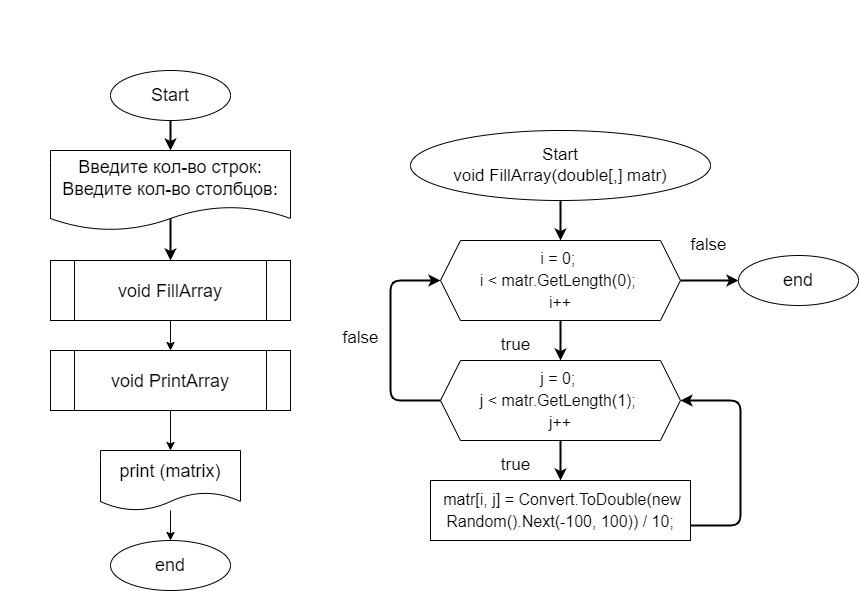
L-manakov/C-sharp keeps this draw.io diagram as Task_47/diagram.drawio.png. Above is the earlier version. Source tidied: cells renumbered, new cells last; positions are measured from the earlier drawing's top-left corner, leaving out a move shared by most shapes. Its diagram source:
```xml
<mxGraphModel>
  <root>
    <mxCell id="0" />
    <mxCell id="1" parent="0" />
    <mxCell id="2" style="edgeStyle=none;html=1;strokeWidth=2;fontFamily=Helvetica;fontSize=18;fontColor=#000000;" parent="1" edge="1" source="3">
      <mxGeometry relative="1" as="geometry">
        <mxPoint x="170" y="150" as="targetPoint" />
      </mxGeometry>
    </mxCell>
    <mxCell id="3" value="Start" style="ellipse;whiteSpace=wrap;html=1;labelBackgroundColor=#FFFFFF;fontSize=18;fontColor=#000000;labelBorderColor=none;" parent="1" vertex="1">
      <mxGeometry x="110" y="70" width="120" height="50" as="geometry" />
    </mxCell>
    <mxCell id="4" style="edgeStyle=none;html=1;fontSize=18;fontColor=#000000;labelBackgroundColor=#FFFFFF;labelBorderColor=none;" parent="1" edge="1" source="5" target="6">
      <mxGeometry relative="1" as="geometry" />
    </mxCell>
    <mxCell id="5" value="&lt;font style=&quot;font-size: 18px;&quot;&gt;print (&lt;span style=&quot;background-color: rgb(255, 255, 255);&quot;&gt;matrix&lt;/span&gt;)&lt;/font&gt;" style="shape=document;whiteSpace=wrap;html=1;boundedLbl=1;labelBackgroundColor=#FFFFFF;fontSize=18;fontColor=#000000;labelBorderColor=none;" parent="1" vertex="1">
      <mxGeometry x="100" y="450" width="140" height="60" as="geometry" />
    </mxCell>
    <mxCell id="6" value="end" style="ellipse;whiteSpace=wrap;html=1;labelBackgroundColor=#FFFFFF;fontSize=18;fontColor=#000000;labelBorderColor=none;" parent="1" vertex="1">
      <mxGeometry x="110" y="540" width="120" height="50" as="geometry" />
    </mxCell>
    <mxCell id="7" style="edgeStyle=none;html=1;fontFamily=Helvetica;fontSize=18;fontColor=#000000;" parent="1" edge="1" source="8" target="10">
      <mxGeometry relative="1" as="geometry" />
    </mxCell>
    <mxCell id="8" value="&lt;div style=&quot;font-size: 18px; line-height: 22px;&quot;&gt;&lt;div style=&quot;line-height: 22px;&quot;&gt;&lt;font style=&quot;background-color: rgb(255, 255, 255);&quot; color=&quot;#000000&quot;&gt;void FillArray&lt;/font&gt;&lt;/div&gt;&lt;/div&gt;" style="shape=process;whiteSpace=wrap;html=1;backgroundOutline=1;" parent="1" vertex="1">
      <mxGeometry x="50" y="260" width="240" height="60" as="geometry" />
    </mxCell>
    <mxCell id="9" style="edgeStyle=none;html=1;fontFamily=Helvetica;fontSize=18;fontColor=#000000;" parent="1" edge="1" source="10">
      <mxGeometry relative="1" as="geometry">
        <mxPoint x="170" y="450" as="targetPoint" />
      </mxGeometry>
    </mxCell>
    <mxCell id="10" value="&lt;div style=&quot;font-size: 18px; line-height: 22px;&quot;&gt;&lt;div style=&quot;line-height: 22px;&quot;&gt;&lt;div style=&quot;line-height: 22px;&quot;&gt;&lt;font style=&quot;background-color: rgb(255, 255, 255);&quot; color=&quot;#000000&quot;&gt;void PrintArray&lt;/font&gt;&lt;/div&gt;&lt;/div&gt;&lt;/div&gt;" style="shape=process;whiteSpace=wrap;html=1;backgroundOutline=1;" parent="1" vertex="1">
      <mxGeometry x="50" y="350" width="240" height="60" as="geometry" />
    </mxCell>
    <mxCell id="11" value="&lt;div style=&quot;font-size: 17px; line-height: 22px;&quot;&gt;&lt;div style=&quot;&quot;&gt;&lt;font style=&quot;font-size: 17px;&quot; color=&quot;#ffffff&quot;&gt;Задача 47. &lt;/font&gt;&lt;/div&gt;&lt;div style=&quot;&quot;&gt;&lt;font style=&quot;font-size: 17px;&quot; color=&quot;#ffffff&quot;&gt;Задайте двумерный массив размером m×n, заполненный случайными вещественными числами.&lt;/font&gt;&lt;/div&gt;&lt;/div&gt;" style="text;html=1;align=left;verticalAlign=middle;strokeColor=none;fillColor=none;" parent="1" vertex="1">
      <mxGeometry width="790" height="60" as="geometry" />
    </mxCell>
    <mxCell id="12" style="edgeStyle=none;html=1;strokeWidth=2;fontFamily=Helvetica;fontSize=18;fontColor=#000000;" parent="1" edge="1" target="8">
      <mxGeometry relative="1" as="geometry">
        <mxPoint x="170" y="190" as="sourcePoint" />
      </mxGeometry>
    </mxCell>
    <mxCell id="13" value="Введите кол-во строк:&lt;br&gt;Введите кол-во столбцов:" style="shape=document;whiteSpace=wrap;html=1;boundedLbl=1;labelBackgroundColor=#FFFFFF;fontFamily=Helvetica;fontSize=18;fontColor=#000000;" parent="1" vertex="1">
      <mxGeometry x="50" y="150" width="240" height="80" as="geometry" />
    </mxCell>
    <mxCell id="14" style="edgeStyle=none;html=1;strokeWidth=2;fontFamily=Helvetica;fontSize=17;fontColor=#000000;" parent="1" edge="1" source="15" target="18">
      <mxGeometry relative="1" as="geometry" />
    </mxCell>
    <mxCell id="15" value="&lt;font style=&quot;font-size: 17px; background-color: rgb(255, 255, 255);&quot;&gt;Start&lt;br&gt;&lt;/font&gt;&lt;div style=&quot;line-height: 22px; font-size: 17px;&quot;&gt;&lt;font style=&quot;font-size: 17px; background-color: rgb(255, 255, 255);&quot;&gt;void FillArray(double[,] matr)&lt;/font&gt;&lt;/div&gt;" style="ellipse;whiteSpace=wrap;html=1;labelBackgroundColor=#FFFFFF;fontSize=18;fontColor=#000000;labelBorderColor=none;" parent="1" vertex="1">
      <mxGeometry x="410" y="130" width="300" height="70" as="geometry" />
    </mxCell>
    <mxCell id="16" style="edgeStyle=none;html=1;strokeWidth=2;fontFamily=Helvetica;fontSize=17;fontColor=#000000;" parent="1" edge="1" source="18" target="21">
      <mxGeometry relative="1" as="geometry" />
    </mxCell>
    <mxCell id="17" style="edgeStyle=none;html=1;strokeWidth=2;fontFamily=Helvetica;fontSize=17;fontColor=#000000;" parent="1" edge="1" source="18" target="24">
      <mxGeometry relative="1" as="geometry" />
    </mxCell>
    <mxCell id="18" value="&lt;div style=&quot;font-size: 16px; line-height: 22px;&quot;&gt;&lt;span style=&quot;background-color: rgb(255, 255, 255);&quot;&gt;i = 0;&amp;nbsp;&lt;/span&gt;&lt;/div&gt;&lt;div style=&quot;font-size: 16px; line-height: 22px;&quot;&gt;&lt;span style=&quot;background-color: rgb(255, 255, 255);&quot;&gt;i &amp;lt; matr.GetLength(0);&amp;nbsp;&lt;/span&gt;&lt;/div&gt;&lt;div style=&quot;font-size: 16px; line-height: 22px;&quot;&gt;&lt;span style=&quot;background-color: rgb(255, 255, 255);&quot;&gt;i++&lt;/span&gt;&lt;/div&gt;" style="shape=hexagon;perimeter=hexagonPerimeter2;whiteSpace=wrap;html=1;fixedSize=1;labelBackgroundColor=#FFFFFF;fontFamily=Helvetica;fontSize=17;fontColor=#000000;" parent="1" vertex="1">
      <mxGeometry x="440" y="240" width="240" height="80" as="geometry" />
    </mxCell>
    <mxCell id="19" style="edgeStyle=none;html=1;strokeWidth=2;fontFamily=Helvetica;fontSize=17;fontColor=#000000;" parent="1" edge="1" source="21" target="23">
      <mxGeometry relative="1" as="geometry" />
    </mxCell>
    <mxCell id="20" style="edgeStyle=none;html=1;entryX=0;entryY=0.5;entryDx=0;entryDy=0;strokeWidth=2;fontFamily=Helvetica;fontSize=17;fontColor=#000000;exitX=0;exitY=0.5;exitDx=0;exitDy=0;" parent="1" edge="1" source="21" target="18">
      <mxGeometry relative="1" as="geometry">
        <Array as="points">
          <mxPoint x="390" y="400" />
          <mxPoint x="390" y="280" />
        </Array>
      </mxGeometry>
    </mxCell>
    <mxCell id="21" value="&lt;div style=&quot;font-size: 16px; line-height: 22px;&quot;&gt;&lt;div style=&quot;line-height: 22px;&quot;&gt;&lt;span style=&quot;background-color: rgb(255, 255, 255);&quot;&gt;j = 0;&amp;nbsp;&lt;/span&gt;&lt;/div&gt;&lt;div style=&quot;line-height: 22px;&quot;&gt;&lt;span style=&quot;background-color: rgb(255, 255, 255);&quot;&gt;j &amp;lt; matr.GetLength(1);&amp;nbsp;&lt;/span&gt;&lt;/div&gt;&lt;div style=&quot;line-height: 22px;&quot;&gt;&lt;span style=&quot;background-color: rgb(255, 255, 255);&quot;&gt;j++&lt;/span&gt;&lt;/div&gt;&lt;/div&gt;" style="shape=hexagon;perimeter=hexagonPerimeter2;whiteSpace=wrap;html=1;fixedSize=1;labelBackgroundColor=#FFFFFF;fontFamily=Helvetica;fontSize=17;fontColor=#000000;" parent="1" vertex="1">
      <mxGeometry x="440" y="360" width="240" height="80" as="geometry" />
    </mxCell>
    <mxCell id="22" style="edgeStyle=none;html=1;entryX=1;entryY=0.5;entryDx=0;entryDy=0;strokeWidth=2;fontFamily=Helvetica;fontSize=17;fontColor=#000000;exitX=1;exitY=0.75;exitDx=0;exitDy=0;" parent="1" edge="1" source="23" target="21">
      <mxGeometry relative="1" as="geometry">
        <Array as="points">
          <mxPoint x="740" y="525" />
          <mxPoint x="740" y="400" />
        </Array>
      </mxGeometry>
    </mxCell>
    <mxCell id="23" value="&lt;div style=&quot;font-size: 16px; line-height: 22px;&quot;&gt;&lt;span style=&quot;background-color: rgb(255, 255, 255);&quot;&gt;&amp;nbsp;matr[i, j] = Convert.ToDouble(new Random().Next(-100, 100)) / 10;&lt;/span&gt;&lt;/div&gt;" style="rounded=0;whiteSpace=wrap;html=1;labelBackgroundColor=#FFFFFF;fontFamily=Helvetica;fontSize=17;fontColor=#000000;" parent="1" vertex="1">
      <mxGeometry x="430" y="480" width="260" height="60" as="geometry" />
    </mxCell>
    <mxCell id="24" value="end" style="ellipse;whiteSpace=wrap;html=1;labelBackgroundColor=#FFFFFF;fontSize=18;fontColor=#000000;labelBorderColor=none;" parent="1" vertex="1">
      <mxGeometry x="738" y="255" width="120" height="50" as="geometry" />
    </mxCell>
    <mxCell id="25" value="&lt;span style=&quot;background-color: rgb(255, 255, 255);&quot;&gt;true&lt;/span&gt;" style="text;html=1;align=center;verticalAlign=middle;strokeColor=none;fillColor=none;fontSize=17;fontFamily=Helvetica;fontColor=#000000;" parent="1" vertex="1">
      <mxGeometry x="490" y="330" width="50" height="30" as="geometry" />
    </mxCell>
    <mxCell id="26" value="&lt;span style=&quot;background-color: rgb(255, 255, 255);&quot;&gt;true&lt;/span&gt;" style="text;html=1;align=center;verticalAlign=middle;strokeColor=none;fillColor=none;fontSize=17;fontFamily=Helvetica;fontColor=#000000;" parent="1" vertex="1">
      <mxGeometry x="490" y="450" width="50" height="30" as="geometry" />
    </mxCell>
    <mxCell id="27" value="&lt;span style=&quot;background-color: rgb(255, 255, 255);&quot;&gt;false&lt;/span&gt;" style="text;html=1;align=center;verticalAlign=middle;strokeColor=none;fillColor=none;fontSize=17;fontFamily=Helvetica;fontColor=#000000;" parent="1" vertex="1">
      <mxGeometry x="330" y="323" width="60" height="30" as="geometry" />
    </mxCell>
    <mxCell id="28" value="&lt;span style=&quot;background-color: rgb(255, 255, 255);&quot;&gt;false&lt;/span&gt;" style="text;html=1;align=center;verticalAlign=middle;strokeColor=none;fillColor=none;fontSize=17;fontFamily=Helvetica;fontColor=#000000;" parent="1" vertex="1">
      <mxGeometry x="678" y="230" width="60" height="30" as="geometry" />
    </mxCell>
  </root>
</mxGraphModel>
```
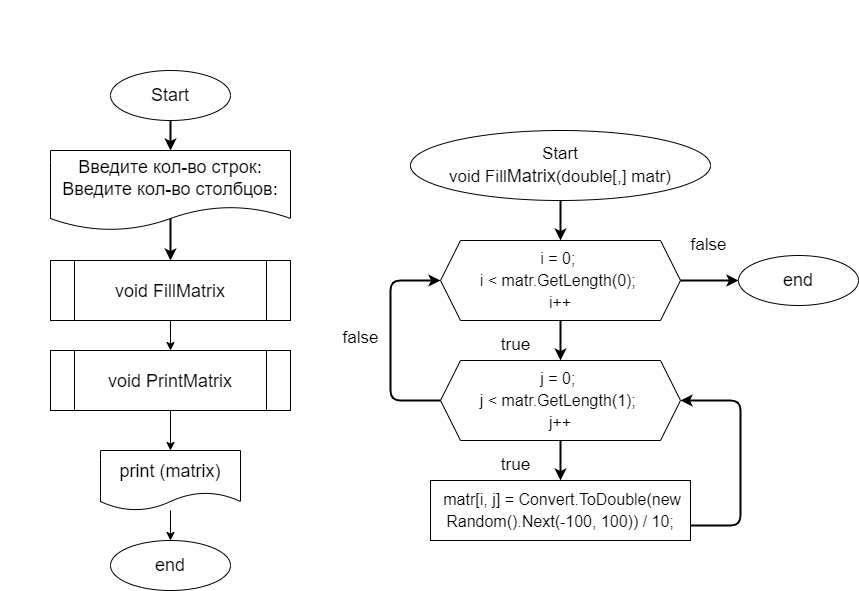
After the commit.

What changed in the source:
```diff
@@ -22,7 +22,7 @@
     <mxCell id="7" style="edgeStyle=none;html=1;fontFamily=Helvetica;fontSize=18;fontColor=#000000;" parent="1" edge="1" source="8" target="10">
       <mxGeometry relative="1" as="geometry" />
     </mxCell>
-    <mxCell id="8" value="&lt;div style=&quot;font-size: 18px; line-height: 22px;&quot;&gt;&lt;div style=&quot;line-height: 22px;&quot;&gt;&lt;font style=&quot;background-color: rgb(255, 255, 255);&quot; color=&quot;#000000&quot;&gt;void FillArray&lt;/font&gt;&lt;/div&gt;&lt;/div&gt;" style="shape=process;whiteSpace=wrap;html=1;backgroundOutline=1;" parent="1" vertex="1">
+    <mxCell id="8" value="&lt;div style=&quot;font-size: 18px; line-height: 22px;&quot;&gt;&lt;div style=&quot;line-height: 22px;&quot;&gt;&lt;font style=&quot;background-color: rgb(255, 255, 255);&quot; color=&quot;#000000&quot;&gt;void FillMatrix&lt;/font&gt;&lt;/div&gt;&lt;/div&gt;" style="shape=process;whiteSpace=wrap;html=1;backgroundOutline=1;" parent="1" vertex="1">
       <mxGeometry x="50" y="260" width="240" height="60" as="geometry" />
     </mxCell>
     <mxCell id="9" style="edgeStyle=none;html=1;fontFamily=Helvetica;fontSize=18;fontColor=#000000;" parent="1" edge="1" source="10">
@@ -30,7 +30,7 @@
         <mxPoint x="170" y="450" as="targetPoint" />
       </mxGeometry>
     </mxCell>
-    <mxCell id="10" value="&lt;div style=&quot;font-size: 18px; line-height: 22px;&quot;&gt;&lt;div style=&quot;line-height: 22px;&quot;&gt;&lt;div style=&quot;line-height: 22px;&quot;&gt;&lt;font style=&quot;background-color: rgb(255, 255, 255);&quot; color=&quot;#000000&quot;&gt;void PrintArray&lt;/font&gt;&lt;/div&gt;&lt;/div&gt;&lt;/div&gt;" style="shape=process;whiteSpace=wrap;html=1;backgroundOutline=1;" parent="1" vertex="1">
+    <mxCell id="10" value="&lt;div style=&quot;font-size: 18px; line-height: 22px;&quot;&gt;&lt;div style=&quot;line-height: 22px;&quot;&gt;&lt;div style=&quot;line-height: 22px;&quot;&gt;&lt;font style=&quot;background-color: rgb(255, 255, 255);&quot; color=&quot;#000000&quot;&gt;void Print&lt;/font&gt;&lt;span style=&quot;background-color: rgb(255, 255, 255); color: rgb(0, 0, 0);&quot;&gt;Matrix&lt;/span&gt;&lt;/div&gt;&lt;/div&gt;&lt;/div&gt;" style="shape=process;whiteSpace=wrap;html=1;backgroundOutline=1;" parent="1" vertex="1">
       <mxGeometry x="50" y="350" width="240" height="60" as="geometry" />
     </mxCell>
     <mxCell id="11" value="&lt;div style=&quot;font-size: 17px; line-height: 22px;&quot;&gt;&lt;div style=&quot;&quot;&gt;&lt;font style=&quot;font-size: 17px;&quot; color=&quot;#ffffff&quot;&gt;Задача 47. &lt;/font&gt;&lt;/div&gt;&lt;div style=&quot;&quot;&gt;&lt;font style=&quot;font-size: 17px;&quot; color=&quot;#ffffff&quot;&gt;Задайте двумерный массив размером m×n, заполненный случайными вещественными числами.&lt;/font&gt;&lt;/div&gt;&lt;/div&gt;" style="text;html=1;align=left;verticalAlign=middle;strokeColor=none;fillColor=none;" parent="1" vertex="1">
@@ -47,7 +47,7 @@
     <mxCell id="14" style="edgeStyle=none;html=1;strokeWidth=2;fontFamily=Helvetica;fontSize=17;fontColor=#000000;" parent="1" edge="1" source="15" target="18">
       <mxGeometry relative="1" as="geometry" />
     </mxCell>
-    <mxCell id="15" value="&lt;font style=&quot;font-size: 17px; background-color: rgb(255, 255, 255);&quot;&gt;Start&lt;br&gt;&lt;/font&gt;&lt;div style=&quot;line-height: 22px; font-size: 17px;&quot;&gt;&lt;font style=&quot;font-size: 17px; background-color: rgb(255, 255, 255);&quot;&gt;void FillArray(double[,] matr)&lt;/font&gt;&lt;/div&gt;" style="ellipse;whiteSpace=wrap;html=1;labelBackgroundColor=#FFFFFF;fontSize=18;fontColor=#000000;labelBorderColor=none;" parent="1" vertex="1">
+    <mxCell id="15" value="&lt;font style=&quot;font-size: 17px; background-color: rgb(255, 255, 255);&quot;&gt;Start&lt;br&gt;&lt;/font&gt;&lt;div style=&quot;line-height: 22px; font-size: 17px;&quot;&gt;&lt;font style=&quot;font-size: 17px; background-color: rgb(255, 255, 255);&quot;&gt;void Fill&lt;span style=&quot;font-size: 18px;&quot;&gt;Matrix&lt;/span&gt;(double[,] matr)&lt;/font&gt;&lt;/div&gt;" style="ellipse;whiteSpace=wrap;html=1;labelBackgroundColor=#FFFFFF;fontSize=18;fontColor=#000000;labelBorderColor=none;" parent="1" vertex="1">
       <mxGeometry x="410" y="130" width="300" height="70" as="geometry" />
     </mxCell>
     <mxCell id="16" style="edgeStyle=none;html=1;strokeWidth=2;fontFamily=Helvetica;fontSize=17;fontColor=#000000;" parent="1" edge="1" source="18" target="21">
```
